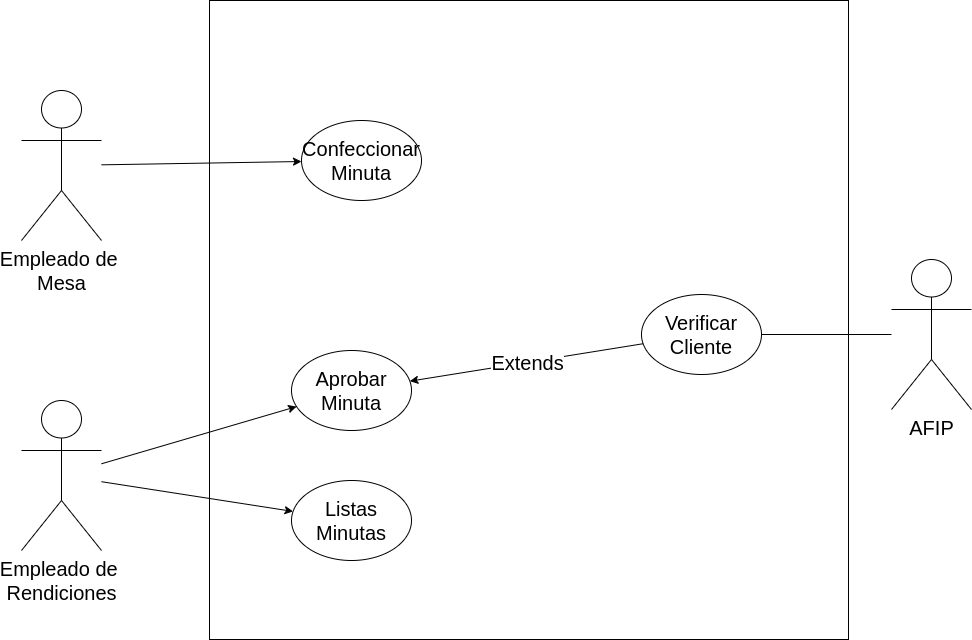
Earlier version of the draw.io export Practica/Practica3-CU/drawios/ejercicio03_P3.drawio.png (c97Ernesto/IngenieriaSoftware1). Source tidied: cells renumbered, new cells last; positions are measured from the earlier drawing's top-left corner, leaving out a move shared by most shapes. Its diagram source:
```xml
<mxGraphModel>
  <root>
    <mxCell id="0" />
    <mxCell id="1" parent="0" />
    <mxCell id="2" value="Empleado de&amp;nbsp;&lt;br&gt;Mesa" style="shape=umlActor;verticalLabelPosition=bottom;verticalAlign=top;html=1;outlineConnect=0;fontSize=20;" parent="1" vertex="1">
      <mxGeometry y="90" width="80" height="150" as="geometry" />
    </mxCell>
    <mxCell id="3" value="AFIP" style="shape=umlActor;verticalLabelPosition=bottom;verticalAlign=top;html=1;outlineConnect=0;fontSize=20;" parent="1" vertex="1">
      <mxGeometry x="870" y="259" width="80" height="150" as="geometry" />
    </mxCell>
    <mxCell id="4" style="whiteSpace=wrap;html=1;fontSize=20;" parent="1" vertex="1">
      <mxGeometry x="188" width="639" height="639" as="geometry" />
    </mxCell>
    <mxCell id="5" value="Verificar Cliente" style="ellipse;whiteSpace=wrap;html=1;fontSize=20;" parent="1" vertex="1">
      <mxGeometry x="620" y="294" width="120" height="80" as="geometry" />
    </mxCell>
    <mxCell id="6" style="endArrow=none;html=1;rounded=0;fontSize=20;" parent="1" edge="1" source="5" target="3">
      <mxGeometry relative="1" as="geometry" />
    </mxCell>
    <mxCell id="7" value="Empleado de&amp;nbsp;&lt;br&gt;Rendiciones" style="shape=umlActor;verticalLabelPosition=bottom;verticalAlign=top;html=1;outlineConnect=0;fontSize=20;" parent="1" vertex="1">
      <mxGeometry y="400" width="80" height="150" as="geometry" />
    </mxCell>
    <mxCell id="8" style="endArrow=classic;html=1;rounded=0;fontSize=20;" parent="1" edge="1" source="7" target="13">
      <mxGeometry relative="1" as="geometry" />
    </mxCell>
    <mxCell id="9" style="endArrow=classic;html=1;rounded=0;fontSize=20;" parent="1" edge="1" source="5" target="13">
      <mxGeometry relative="1" as="geometry" />
    </mxCell>
    <mxCell id="10" value="Extends" style="edgeLabel;html=1;align=center;verticalAlign=middle;fontSize=20;" parent="9" vertex="1">
      <mxGeometry relative="1" as="geometry" />
    </mxCell>
    <mxCell id="11" value="Confeccionar&lt;br&gt;Minuta" style="ellipse;whiteSpace=wrap;html=1;fontSize=20;" parent="1" vertex="1">
      <mxGeometry x="280" y="120" width="120" height="80" as="geometry" />
    </mxCell>
    <mxCell id="12" style="endArrow=classic;html=1;rounded=0;fontSize=20;" parent="1" edge="1" source="2" target="11">
      <mxGeometry relative="1" as="geometry" />
    </mxCell>
    <mxCell id="13" value="Aprobar Minuta" style="ellipse;whiteSpace=wrap;html=1;fontSize=20;" parent="1" vertex="1">
      <mxGeometry x="270" y="350" width="120" height="80" as="geometry" />
    </mxCell>
    <mxCell id="14" value="Listas Minutas" style="ellipse;whiteSpace=wrap;html=1;fontSize=20;" parent="1" vertex="1">
      <mxGeometry x="270" y="480" width="120" height="80" as="geometry" />
    </mxCell>
    <mxCell id="15" style="endArrow=classic;html=1;rounded=0;fontSize=20;" parent="1" edge="1" source="7" target="14">
      <mxGeometry relative="1" as="geometry" />
    </mxCell>
  </root>
</mxGraphModel>
```
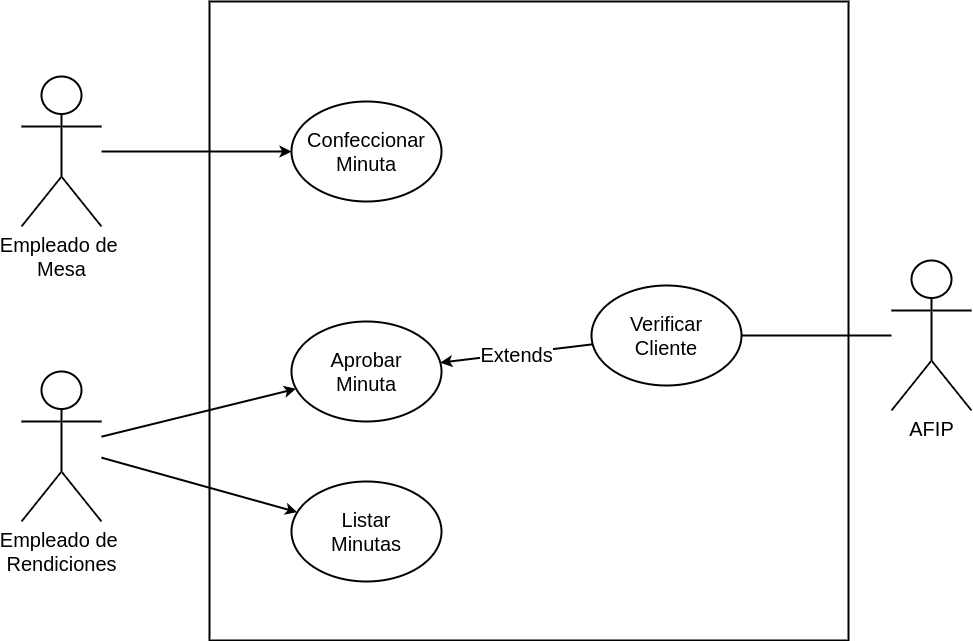
After the change.

Diff of the diagram source:
```diff
@@ -2,47 +2,47 @@
   <root>
     <mxCell id="0" />
     <mxCell id="1" parent="0" />
-    <mxCell id="2" value="Empleado de&amp;nbsp;&lt;br&gt;Mesa" style="shape=umlActor;verticalLabelPosition=bottom;verticalAlign=top;html=1;outlineConnect=0;fontSize=20;" parent="1" vertex="1">
-      <mxGeometry y="90" width="80" height="150" as="geometry" />
+    <mxCell id="2" value="Empleado de&amp;nbsp;&lt;br&gt;Mesa" style="shape=umlActor;verticalLabelPosition=bottom;verticalAlign=top;html=1;outlineConnect=0;fontSize=20;strokeWidth=2;" parent="1" vertex="1">
+      <mxGeometry y="75" width="80" height="150" as="geometry" />
     </mxCell>
-    <mxCell id="3" value="AFIP" style="shape=umlActor;verticalLabelPosition=bottom;verticalAlign=top;html=1;outlineConnect=0;fontSize=20;" parent="1" vertex="1">
+    <mxCell id="3" value="AFIP" style="shape=umlActor;verticalLabelPosition=bottom;verticalAlign=top;html=1;outlineConnect=0;fontSize=20;strokeWidth=2;" parent="1" vertex="1">
       <mxGeometry x="870" y="259" width="80" height="150" as="geometry" />
     </mxCell>
-    <mxCell id="4" style="whiteSpace=wrap;html=1;fontSize=20;" parent="1" vertex="1">
+    <mxCell id="4" style="whiteSpace=wrap;html=1;fontSize=20;strokeWidth=2;" parent="1" vertex="1">
       <mxGeometry x="188" width="639" height="639" as="geometry" />
     </mxCell>
-    <mxCell id="5" value="Verificar Cliente" style="ellipse;whiteSpace=wrap;html=1;fontSize=20;" parent="1" vertex="1">
-      <mxGeometry x="620" y="294" width="120" height="80" as="geometry" />
-    </mxCell>
-    <mxCell id="6" style="endArrow=none;html=1;rounded=0;fontSize=20;" parent="1" edge="1" source="5" target="3">
+    <mxCell id="6" style="endArrow=none;html=1;rounded=0;fontSize=20;strokeWidth=2;" parent="1" edge="1" source="5" target="3">
       <mxGeometry relative="1" as="geometry" />
     </mxCell>
-    <mxCell id="7" value="Empleado de&amp;nbsp;&lt;br&gt;Rendiciones" style="shape=umlActor;verticalLabelPosition=bottom;verticalAlign=top;html=1;outlineConnect=0;fontSize=20;" parent="1" vertex="1">
-      <mxGeometry y="400" width="80" height="150" as="geometry" />
+    <mxCell id="7" value="Empleado de&amp;nbsp;&lt;br&gt;Rendiciones" style="shape=umlActor;verticalLabelPosition=bottom;verticalAlign=top;html=1;outlineConnect=0;fontSize=20;strokeWidth=2;" parent="1" vertex="1">
+      <mxGeometry y="370" width="80" height="150" as="geometry" />
     </mxCell>
-    <mxCell id="8" style="endArrow=classic;html=1;rounded=0;fontSize=20;" parent="1" edge="1" source="7" target="13">
+    <mxCell id="8" style="endArrow=classic;html=1;rounded=0;fontSize=20;strokeWidth=2;" parent="1" edge="1" source="7" target="13">
       <mxGeometry relative="1" as="geometry" />
     </mxCell>
-    <mxCell id="9" style="endArrow=classic;html=1;rounded=0;fontSize=20;" parent="1" edge="1" source="5" target="13">
+    <mxCell id="9" style="endArrow=classic;html=1;rounded=0;fontSize=20;strokeWidth=2;" parent="1" edge="1" source="5" target="13">
       <mxGeometry relative="1" as="geometry" />
     </mxCell>
     <mxCell id="10" value="Extends" style="edgeLabel;html=1;align=center;verticalAlign=middle;fontSize=20;" parent="9" vertex="1">
       <mxGeometry relative="1" as="geometry" />
     </mxCell>
-    <mxCell id="11" value="Confeccionar&lt;br&gt;Minuta" style="ellipse;whiteSpace=wrap;html=1;fontSize=20;" parent="1" vertex="1">
-      <mxGeometry x="280" y="120" width="120" height="80" as="geometry" />
+    <mxCell id="11" value="Confeccionar&lt;br&gt;Minuta" style="ellipse;whiteSpace=wrap;html=1;fontSize=20;strokeWidth=2;" parent="1" vertex="1">
+      <mxGeometry x="270" y="100" width="150" height="100" as="geometry" />
     </mxCell>
-    <mxCell id="12" style="endArrow=classic;html=1;rounded=0;fontSize=20;" parent="1" edge="1" source="2" target="11">
+    <mxCell id="12" style="endArrow=classic;html=1;rounded=0;fontSize=20;strokeWidth=2;" parent="1" edge="1" source="2" target="11">
       <mxGeometry relative="1" as="geometry" />
     </mxCell>
+    <mxCell id="15" style="endArrow=classic;html=1;rounded=0;fontSize=20;strokeWidth=2;" parent="1" edge="1" source="7" target="16">
+      <mxGeometry relative="1" as="geometry" />
+    </mxCell>
+    <mxCell id="5" value="Verificar &lt;br&gt;Cliente" style="ellipse;whiteSpace=wrap;html=1;fontSize=20;strokeWidth=2;" parent="1" vertex="1">
+      <mxGeometry x="570" y="284" width="150" height="100" as="geometry" />
+    </mxCell>
-    <mxCell id="13" value="Aprobar Minuta" style="ellipse;whiteSpace=wrap;html=1;fontSize=20;" parent="1" vertex="1">
-      <mxGeometry x="270" y="350" width="120" height="80" as="geometry" />
+    <mxCell id="13" value="Aprobar&lt;br&gt;Minuta" style="ellipse;whiteSpace=wrap;html=1;fontSize=20;strokeWidth=2;" parent="1" vertex="1">
+      <mxGeometry x="270" y="320" width="150" height="100" as="geometry" />
     </mxCell>
-    <mxCell id="14" value="Listas Minutas" style="ellipse;whiteSpace=wrap;html=1;fontSize=20;" parent="1" vertex="1">
-      <mxGeometry x="270" y="480" width="120" height="80" as="geometry" />
-    </mxCell>
-    <mxCell id="15" style="endArrow=classic;html=1;rounded=0;fontSize=20;" parent="1" edge="1" source="7" target="14">
-      <mxGeometry relative="1" as="geometry" />
-    </mxCell>
+    <mxCell id="16" value="Listar &lt;br&gt;Minutas" style="ellipse;whiteSpace=wrap;html=1;fontSize=20;strokeWidth=2;" parent="1" vertex="1">
+      <mxGeometry x="270" y="480" width="150" height="100" as="geometry" />
+    </mxCell>
   </root>
 </mxGraphModel>
```
